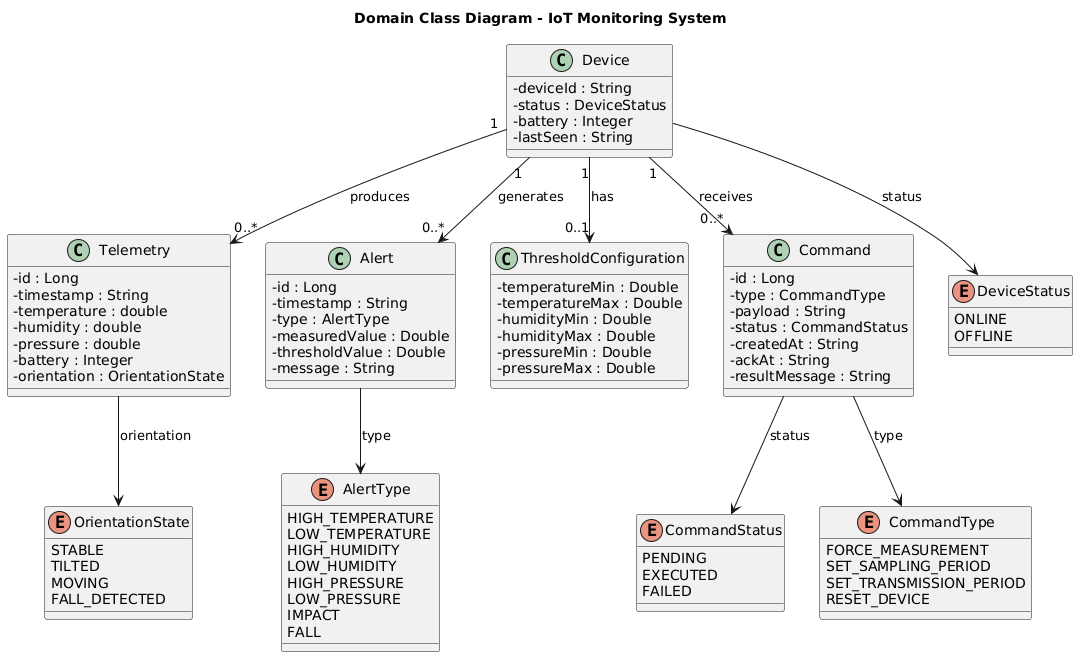
Above: Iterazione1/DomainClass Diagram_v0.png in rob-bra/iot-sys (PlantUML), before the change. Source of this version:
```plantuml
@startuml
title Domain Class Diagram - IoT Monitoring System

skinparam shadowing false
skinparam classAttributeIconSize 0

class Device {
  -deviceId : String
  -status : DeviceStatus
  -battery : Integer
  -lastSeen : String
}

class Telemetry {
  -id : Long
  -timestamp : String
  -temperature : double
  -humidity : double
  -pressure : double
  -battery : Integer
  -orientation : OrientationState
}

class Alert {
  -id : Long
  -timestamp : String
  -type : AlertType
  -measuredValue : Double
  -thresholdValue : Double
  -message : String
}

class ThresholdConfiguration {
  -temperatureMin : Double
  -temperatureMax : Double
  -humidityMin : Double
  -humidityMax : Double
  -pressureMin : Double
  -pressureMax : Double
}

class Command {
  -id : Long
  -type : CommandType
  -payload : String
  -status : CommandStatus
  -createdAt : String
  -ackAt : String
  -resultMessage : String
}

enum DeviceStatus {
  ONLINE
  OFFLINE
}

enum AlertType {
  HIGH_TEMPERATURE
  LOW_TEMPERATURE
  HIGH_HUMIDITY
  LOW_HUMIDITY
  HIGH_PRESSURE
  LOW_PRESSURE
  IMPACT
  FALL
}

enum CommandStatus {
  PENDING
  EXECUTED
  FAILED
}

enum CommandType {
  FORCE_MEASUREMENT
  SET_SAMPLING_PERIOD
  SET_TRANSMISSION_PERIOD
  RESET_DEVICE
}

enum OrientationState {
  STABLE
  TILTED
  MOVING
  FALL_DETECTED
}

Device "1" --> "0..*" Telemetry : produces
Device "1" --> "0..*" Alert : generates
Device "1" --> "0..*" Command : receives
Device "1" --> "0..1" ThresholdConfiguration : has

Device --> DeviceStatus : status
Telemetry --> OrientationState : orientation
Alert --> AlertType : type
Command --> CommandType : type
Command --> CommandStatus : status
@enduml
```
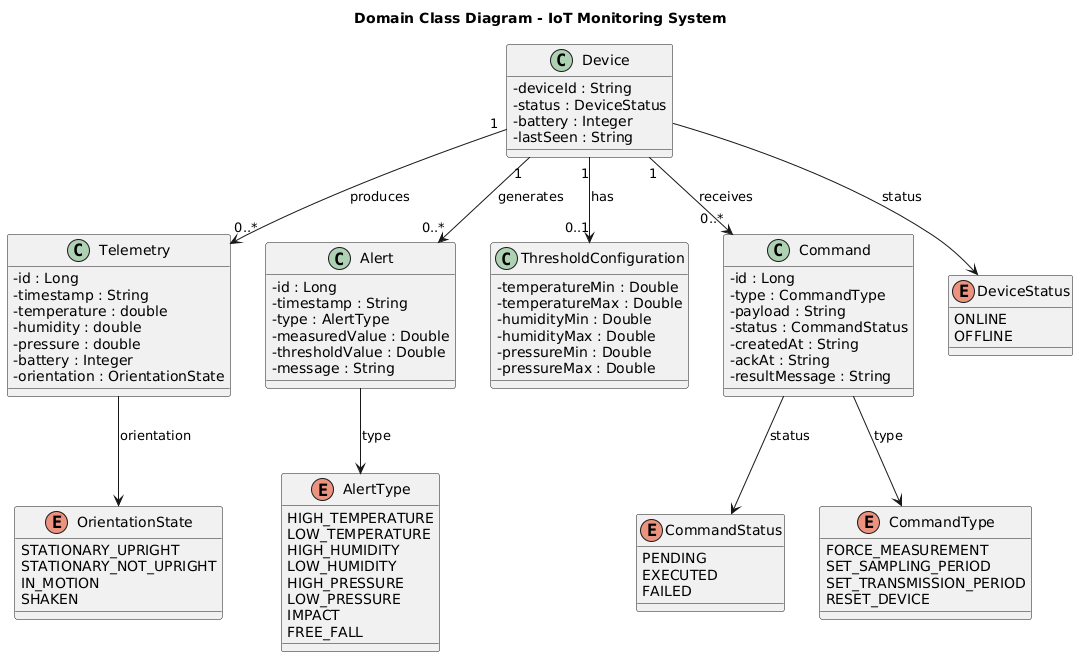
The same file after the commit.

Commit message:
iteration 0 & 1 (with diagrams) & PAC_Proj_v4.pdf added

Change to the diagram source:
```diff
@@ -62,7 +62,7 @@
   HIGH_PRESSURE
   LOW_PRESSURE
   IMPACT
-  FALL
+  FREE_FALL
 }
 
 enum CommandStatus {
@@ -79,10 +79,10 @@
 }
 
 enum OrientationState {
-  STABLE
-  TILTED
-  MOVING
-  FALL_DETECTED
+  STATIONARY_UPRIGHT
+  STATIONARY_NOT_UPRIGHT
+  IN_MOTION
+  SHAKEN
 }
 
 Device "1" --> "0..*" Telemetry : produces
```
